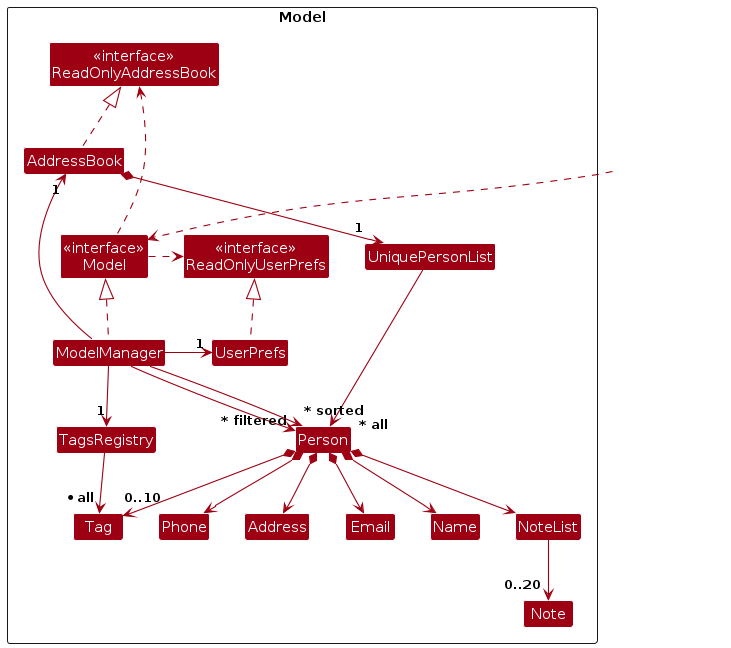
The PlantUML diagram diagrams/ModelClassDiagram.png in AY2526S2-CS2103T-T15-4/tp, before a commit. Its source is kept beside it as diagrams/ModelClassDiagram.puml.
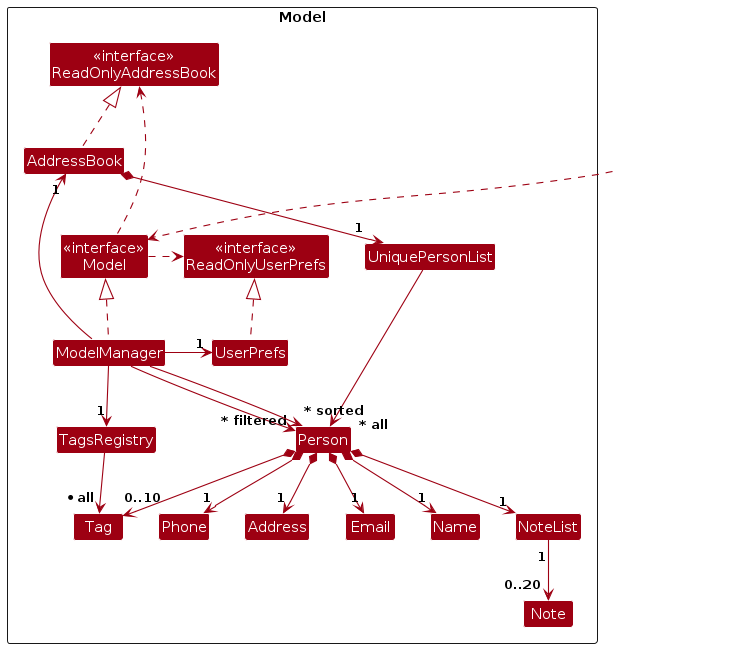
The same diagram one commit later.

What changed in the source:
```diff
@@ -40,14 +40,14 @@
 
 AddressBook *--> "1" UniquePersonList
 UniquePersonList --> "~* all" Person
-Person *--> Name
-Person *--> Phone
-Person *--> Email
-Person *--> Address
+Person *--> "1" Name
+Person *--> "1" Phone
+Person *--> "1" Email
+Person *--> "1" Address
 Person *--> "0..10" Tag
-Person *--> NoteList
+Person *--> "1" NoteList
 
-NoteList --> "0..20" Note
+NoteList "1" --> "0..20" Note
 
 Person -[hidden]up--> I
 UniquePersonList -[hidden]right-> I
```
